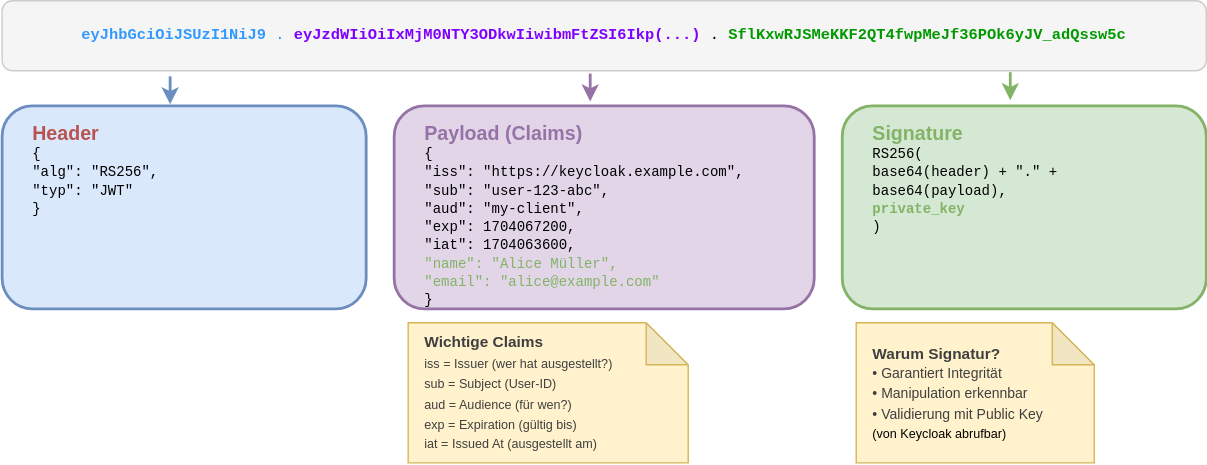
This is slides/02-protokoll-standards/images/jwt_anatomy.drawio.svg from it-erben/training-keycloak, a draw.io export, as it was before one commit. Source tidied: cells renumbered, new cells last; positions are measured from the earlier drawing's top-left corner, leaving out a move shared by most shapes. The source it was exported from:
```xml
<mxGraphModel>
  <root>
    <mxCell id="0" />
    <mxCell id="1" parent="0" />
    <mxCell id="2" value="&lt;font face=&quot;Courier New&quot;&gt;&lt;font style=&quot;color: rgb(51, 153, 255);&quot;&gt;&lt;font style=&quot;color: rgb(51, 153, 255);&quot;&gt;&lt;b style=&quot;&quot;&gt;eyJhbGciOiJSUzI1NiJ9&lt;/b&gt;&lt;/font&gt;.&lt;/font&gt;&lt;b&gt;&lt;font style=&quot;color: rgb(127, 0, 255);&quot;&gt;eyJzdWIiOiIxMjM0NTY3ODkwIiwibmFtZSI6Ikp(...)&lt;/font&gt;&lt;/b&gt;.&lt;b&gt;&lt;font style=&quot;color: rgb(0, 153, 0);&quot;&gt;SflKxwRJSMeKKF2QT4fwpMeJf36POk6yJV_adQssw5c&lt;/font&gt;&lt;/b&gt;&lt;/font&gt;" style="rounded=1;whiteSpace=wrap;fillColor=#f5f5f5;strokeColor=#cccccc;strokeWidth=1;align=center;verticalAlign=middle;fontSize=11;html=1;" parent="1" vertex="1">
      <mxGeometry width="860" height="50" as="geometry" />
    </mxCell>
    <mxCell id="3" style="html=1;strokeColor=#6c8ebf;strokeWidth=2;endArrow=classic;rounded=0;fillColor=#dae8fc;" parent="1" edge="1">
      <mxGeometry relative="1" as="geometry">
        <mxPoint x="120" y="54" as="sourcePoint" />
        <mxPoint x="120" y="74" as="targetPoint" />
      </mxGeometry>
    </mxCell>
    <mxCell id="4" style="html=1;strokeColor=#9673a6;strokeWidth=2;endArrow=classic;rounded=0;" parent="1" edge="1">
      <mxGeometry relative="1" as="geometry">
        <mxPoint x="420" y="52" as="sourcePoint" />
        <mxPoint x="420" y="72" as="targetPoint" />
      </mxGeometry>
    </mxCell>
    <mxCell id="5" style="html=1;strokeColor=#82b366;strokeWidth=2;endArrow=classic;rounded=0;" parent="1" edge="1">
      <mxGeometry relative="1" as="geometry">
        <mxPoint x="720" y="51" as="sourcePoint" />
        <mxPoint x="720" y="71" as="targetPoint" />
      </mxGeometry>
    </mxCell>
    <mxCell id="6" value="&lt;font style=&quot;font-size: 14px;&quot; color=&quot;#b85450&quot;&gt;&lt;b&gt;Header&lt;/b&gt;&lt;/font&gt;&lt;br&gt;&lt;font style=&quot;font-size:10px&quot;&gt;&lt;code&gt;{&lt;/code&gt;&lt;/font&gt;&lt;br&gt;&lt;font style=&quot;font-size:10px&quot;&gt;&lt;code&gt;&amp;nbsp; &quot;alg&quot;: &quot;RS256&quot;,&lt;/code&gt;&lt;/font&gt;&lt;br&gt;&lt;font style=&quot;font-size:10px&quot;&gt;&lt;code&gt;&amp;nbsp; &quot;typ&quot;: &quot;JWT&quot;&lt;/code&gt;&lt;/font&gt;&lt;br&gt;&lt;font style=&quot;font-size:10px&quot;&gt;&lt;code&gt;}&lt;/code&gt;&lt;/font&gt;" style="rounded=1;whiteSpace=wrap;html=1;fillColor=#dae8fc;strokeColor=#6c8ebf;strokeWidth=2;align=left;verticalAlign=top;fontSize=10;spacingLeft=20;spacingTop=5;" parent="1" vertex="1">
      <mxGeometry y="75" width="260" height="145" as="geometry" />
    </mxCell>
    <mxCell id="7" value="&lt;font style=&quot;font-size: 14px;&quot; color=&quot;#9673a6&quot;&gt;&lt;b&gt;Payload (Claims)&lt;/b&gt;&lt;/font&gt;&lt;br&gt;&lt;font style=&quot;font-size:10px&quot;&gt;&lt;code&gt;{&lt;/code&gt;&lt;/font&gt;&lt;br&gt;&lt;font style=&quot;font-size:10px&quot;&gt;&lt;code&gt;&amp;nbsp; &quot;iss&quot;: &quot;https://keycloak.example.com&quot;,&lt;/code&gt;&lt;/font&gt;&lt;br&gt;&lt;font style=&quot;font-size:10px&quot;&gt;&lt;code&gt;&amp;nbsp; &quot;sub&quot;: &quot;user-123-abc&quot;,&lt;/code&gt;&lt;/font&gt;&lt;br&gt;&lt;font style=&quot;font-size:10px&quot;&gt;&lt;code&gt;&amp;nbsp; &quot;aud&quot;: &quot;my-client&quot;,&lt;/code&gt;&lt;/font&gt;&lt;br&gt;&lt;font style=&quot;font-size:10px&quot;&gt;&lt;code&gt;&amp;nbsp; &quot;exp&quot;: 1704067200,&lt;/code&gt;&lt;/font&gt;&lt;br&gt;&lt;font style=&quot;font-size:10px&quot;&gt;&lt;code&gt;&amp;nbsp; &quot;iat&quot;: 1704063600,&lt;/code&gt;&lt;/font&gt;&lt;br&gt;&lt;font style=&quot;font-size: 10px;&quot; color=&quot;#82b366&quot;&gt;&lt;code&gt;&amp;nbsp; &quot;name&quot;: &quot;Alice Müller&quot;,&lt;/code&gt;&lt;/font&gt;&lt;br&gt;&lt;font style=&quot;font-size: 10px;&quot; color=&quot;#82b366&quot;&gt;&lt;code&gt;&amp;nbsp; &quot;email&quot;: &quot;alice@example.com&quot;&lt;/code&gt;&lt;/font&gt;&lt;br&gt;&lt;font style=&quot;font-size:10px&quot;&gt;&lt;code&gt;}&lt;/code&gt;&lt;/font&gt;" style="rounded=1;whiteSpace=wrap;html=1;fillColor=#e1d5e7;strokeColor=#9673a6;strokeWidth=2;align=left;verticalAlign=top;fontSize=10;spacingLeft=20;spacingTop=5;" parent="1" vertex="1">
      <mxGeometry x="280" y="75" width="300" height="145" as="geometry" />
    </mxCell>
    <mxCell id="8" value="&lt;font style=&quot;font-size: 14px;&quot; color=&quot;#82b366&quot;&gt;&lt;b&gt;Signature&lt;/b&gt;&lt;/font&gt;&lt;br&gt;&lt;font face=&quot;Courier New&quot;&gt;&lt;font style=&quot;font-size:10px&quot;&gt;RS256(&lt;/font&gt;&lt;br&gt;&lt;font style=&quot;font-size:10px&quot;&gt;&amp;nbsp; base64(header) + &quot;.&quot; +&lt;/font&gt;&lt;br&gt;&lt;font style=&quot;font-size:10px&quot;&gt;&amp;nbsp; base64(payload),&lt;/font&gt;&lt;br&gt;&lt;font style=&quot;font-size: 10px;&quot; color=&quot;#82b366&quot;&gt;&lt;b&gt;&amp;nbsp; private_key&lt;/b&gt;&lt;/font&gt;&lt;br&gt;&lt;font style=&quot;font-size:10px&quot;&gt;)&lt;/font&gt;&lt;/font&gt;" style="rounded=1;whiteSpace=wrap;html=1;fillColor=#d5e8d4;strokeColor=#82b366;strokeWidth=2;align=left;verticalAlign=top;fontSize=10;spacingLeft=20;spacingTop=5;" parent="1" vertex="1">
      <mxGeometry x="600" y="75" width="260" height="145" as="geometry" />
    </mxCell>
    <mxCell id="9" value="&lt;font style=&quot;color: rgb(63, 63, 63); scrollbar-color: rgb(226, 226, 226) rgb(251, 251, 251); font-size: 11px;&quot;&gt;&lt;b style=&quot;color: rgb(63, 63, 63); scrollbar-color: rgb(226, 226, 226) rgb(251, 251, 251);&quot;&gt;Wichtige Claims&lt;/b&gt;&lt;/font&gt;&lt;br style=&quot;color: rgb(63, 63, 63); scrollbar-color: rgb(226, 226, 226) rgb(251, 251, 251); font-size: 9px;&quot;&gt;&lt;font style=&quot;color: rgb(63, 63, 63); scrollbar-color: rgb(226, 226, 226) rgb(251, 251, 251); font-size: 9px;&quot;&gt;iss = Issuer (wer hat ausgestellt?)&lt;/font&gt;&lt;br style=&quot;color: rgb(63, 63, 63); scrollbar-color: rgb(226, 226, 226) rgb(251, 251, 251); font-size: 9px;&quot;&gt;&lt;font style=&quot;color: rgb(63, 63, 63); scrollbar-color: rgb(226, 226, 226) rgb(251, 251, 251); font-size: 9px;&quot;&gt;sub = Subject (User-ID)&lt;/font&gt;&lt;br style=&quot;color: rgb(63, 63, 63); scrollbar-color: rgb(226, 226, 226) rgb(251, 251, 251); font-size: 9px;&quot;&gt;&lt;font style=&quot;color: rgb(63, 63, 63); scrollbar-color: rgb(226, 226, 226) rgb(251, 251, 251); font-size: 9px;&quot;&gt;aud = Audience (für wen?)&lt;/font&gt;&lt;br style=&quot;color: rgb(63, 63, 63); scrollbar-color: rgb(226, 226, 226) rgb(251, 251, 251); font-size: 9px;&quot;&gt;&lt;font style=&quot;color: rgb(63, 63, 63); scrollbar-color: rgb(226, 226, 226) rgb(251, 251, 251); font-size: 9px;&quot;&gt;exp = Expiration (gültig bis)&lt;/font&gt;&lt;br style=&quot;color: rgb(63, 63, 63); scrollbar-color: rgb(226, 226, 226) rgb(251, 251, 251); font-size: 9px;&quot;&gt;&lt;div style=&quot;&quot;&gt;&lt;span style=&quot;color: rgb(63, 63, 63); font-size: 9px; background-color: transparent;&quot;&gt;iat = Issued At (ausgestellt am)&lt;/span&gt;&lt;/div&gt;" style="shape=note;whiteSpace=wrap;html=1;backgroundOutline=1;darkOpacity=0.05;align=left;fillColor=#fff2cc;strokeColor=#d6b656;spacingLeft=10;" parent="1" vertex="1">
      <mxGeometry x="290" y="230" width="200" height="100" as="geometry" />
    </mxCell>
    <mxCell id="10" value="&lt;font style=&quot;scrollbar-color: rgb(226, 226, 226) rgb(251, 251, 251); font-size: 11px;&quot;&gt;&lt;b style=&quot;color: rgb(63, 63, 63); scrollbar-color: rgb(226, 226, 226) rgb(251, 251, 251);&quot;&gt;Warum Signatur?&lt;/b&gt;&lt;/font&gt;&lt;br style=&quot;color: rgb(63, 63, 63); scrollbar-color: rgb(226, 226, 226) rgb(251, 251, 251); font-size: 10px;&quot;&gt;&lt;font style=&quot;color: rgb(63, 63, 63); scrollbar-color: rgb(226, 226, 226) rgb(251, 251, 251); font-size: 10px;&quot;&gt;• Garantiert Integrität&lt;/font&gt;&lt;br style=&quot;color: rgb(63, 63, 63); scrollbar-color: rgb(226, 226, 226) rgb(251, 251, 251); font-size: 10px;&quot;&gt;&lt;font style=&quot;color: rgb(63, 63, 63); scrollbar-color: rgb(226, 226, 226) rgb(251, 251, 251); font-size: 10px;&quot;&gt;• Manipulation erkennbar&lt;/font&gt;&lt;br style=&quot;color: rgb(63, 63, 63); scrollbar-color: rgb(226, 226, 226) rgb(251, 251, 251); font-size: 10px;&quot;&gt;&lt;font style=&quot;color: rgb(63, 63, 63); scrollbar-color: rgb(226, 226, 226) rgb(251, 251, 251); font-size: 10px;&quot;&gt;• Validierung mit Public Key&lt;/font&gt;&lt;br style=&quot;color: rgb(63, 63, 63); scrollbar-color: rgb(226, 226, 226) rgb(251, 251, 251); font-size: 10px;&quot;&gt;&lt;font style=&quot;scrollbar-color: rgb(226, 226, 226) rgb(251, 251, 251); font-size: 9px;&quot;&gt;(von Keycloak abrufbar)&lt;/font&gt;" style="shape=note;whiteSpace=wrap;html=1;backgroundOutline=1;darkOpacity=0.05;align=left;fillColor=#fff2cc;strokeColor=#d6b656;spacingLeft=10;" parent="1" vertex="1">
      <mxGeometry x="610" y="230" width="170" height="100" as="geometry" />
    </mxCell>
  </root>
</mxGraphModel>
```
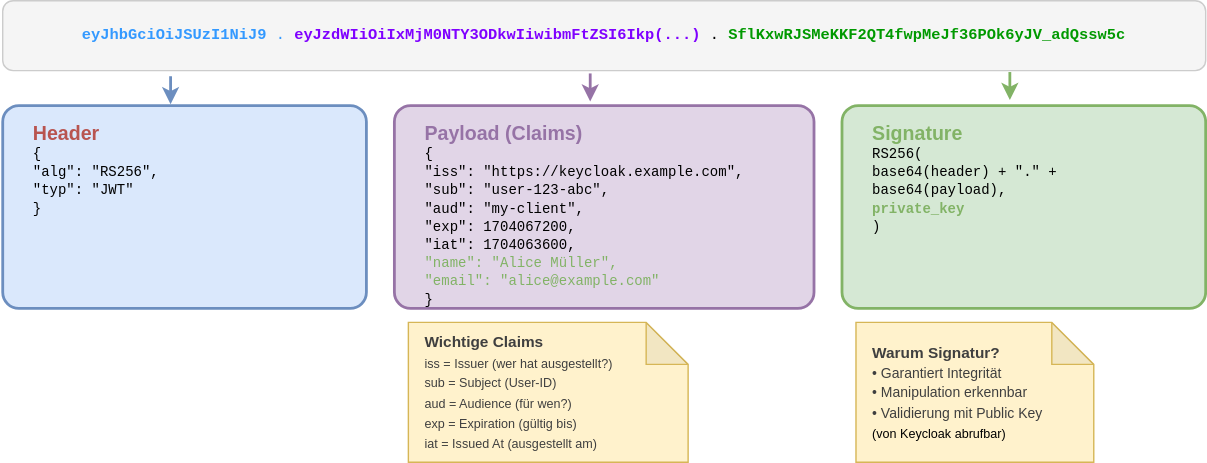
Later version of the same file.

What changed in the source:
```diff
@@ -23,13 +23,13 @@
         <mxPoint x="720" y="71" as="targetPoint" />
       </mxGeometry>
     </mxCell>
-    <mxCell id="6" value="&lt;font style=&quot;font-size: 14px;&quot; color=&quot;#b85450&quot;&gt;&lt;b&gt;Header&lt;/b&gt;&lt;/font&gt;&lt;br&gt;&lt;font style=&quot;font-size:10px&quot;&gt;&lt;code&gt;{&lt;/code&gt;&lt;/font&gt;&lt;br&gt;&lt;font style=&quot;font-size:10px&quot;&gt;&lt;code&gt;&amp;nbsp; &quot;alg&quot;: &quot;RS256&quot;,&lt;/code&gt;&lt;/font&gt;&lt;br&gt;&lt;font style=&quot;font-size:10px&quot;&gt;&lt;code&gt;&amp;nbsp; &quot;typ&quot;: &quot;JWT&quot;&lt;/code&gt;&lt;/font&gt;&lt;br&gt;&lt;font style=&quot;font-size:10px&quot;&gt;&lt;code&gt;}&lt;/code&gt;&lt;/font&gt;" style="rounded=1;whiteSpace=wrap;html=1;fillColor=#dae8fc;strokeColor=#6c8ebf;strokeWidth=2;align=left;verticalAlign=top;fontSize=10;spacingLeft=20;spacingTop=5;" parent="1" vertex="1">
+    <mxCell id="6" value="&lt;font style=&quot;font-size: 14px;&quot; color=&quot;#b85450&quot;&gt;&lt;b&gt;Header&lt;/b&gt;&lt;/font&gt;&lt;br&gt;&lt;font style=&quot;font-size:10px&quot;&gt;&lt;code&gt;{&lt;/code&gt;&lt;/font&gt;&lt;br&gt;&lt;font style=&quot;font-size:10px&quot;&gt;&lt;code&gt;&amp;nbsp; &quot;alg&quot;: &quot;RS256&quot;,&lt;/code&gt;&lt;/font&gt;&lt;br&gt;&lt;font style=&quot;font-size:10px&quot;&gt;&lt;code&gt;&amp;nbsp; &quot;typ&quot;: &quot;JWT&quot;&lt;/code&gt;&lt;/font&gt;&lt;br&gt;&lt;font style=&quot;font-size:10px&quot;&gt;&lt;code&gt;}&lt;/code&gt;&lt;/font&gt;" style="rounded=1;whiteSpace=wrap;html=1;fillColor=#dae8fc;strokeColor=#6c8ebf;strokeWidth=2;align=left;verticalAlign=top;fontSize=10;spacingLeft=20;spacingTop=5;arcSize=8;" parent="1" vertex="1">
       <mxGeometry y="75" width="260" height="145" as="geometry" />
     </mxCell>
-    <mxCell id="7" value="&lt;font style=&quot;font-size: 14px;&quot; color=&quot;#9673a6&quot;&gt;&lt;b&gt;Payload (Claims)&lt;/b&gt;&lt;/font&gt;&lt;br&gt;&lt;font style=&quot;font-size:10px&quot;&gt;&lt;code&gt;{&lt;/code&gt;&lt;/font&gt;&lt;br&gt;&lt;font style=&quot;font-size:10px&quot;&gt;&lt;code&gt;&amp;nbsp; &quot;iss&quot;: &quot;https://keycloak.example.com&quot;,&lt;/code&gt;&lt;/font&gt;&lt;br&gt;&lt;font style=&quot;font-size:10px&quot;&gt;&lt;code&gt;&amp;nbsp; &quot;sub&quot;: &quot;user-123-abc&quot;,&lt;/code&gt;&lt;/font&gt;&lt;br&gt;&lt;font style=&quot;font-size:10px&quot;&gt;&lt;code&gt;&amp;nbsp; &quot;aud&quot;: &quot;my-client&quot;,&lt;/code&gt;&lt;/font&gt;&lt;br&gt;&lt;font style=&quot;font-size:10px&quot;&gt;&lt;code&gt;&amp;nbsp; &quot;exp&quot;: 1704067200,&lt;/code&gt;&lt;/font&gt;&lt;br&gt;&lt;font style=&quot;font-size:10px&quot;&gt;&lt;code&gt;&amp;nbsp; &quot;iat&quot;: 1704063600,&lt;/code&gt;&lt;/font&gt;&lt;br&gt;&lt;font style=&quot;font-size: 10px;&quot; color=&quot;#82b366&quot;&gt;&lt;code&gt;&amp;nbsp; &quot;name&quot;: &quot;Alice Müller&quot;,&lt;/code&gt;&lt;/font&gt;&lt;br&gt;&lt;font style=&quot;font-size: 10px;&quot; color=&quot;#82b366&quot;&gt;&lt;code&gt;&amp;nbsp; &quot;email&quot;: &quot;alice@example.com&quot;&lt;/code&gt;&lt;/font&gt;&lt;br&gt;&lt;font style=&quot;font-size:10px&quot;&gt;&lt;code&gt;}&lt;/code&gt;&lt;/font&gt;" style="rounded=1;whiteSpace=wrap;html=1;fillColor=#e1d5e7;strokeColor=#9673a6;strokeWidth=2;align=left;verticalAlign=top;fontSize=10;spacingLeft=20;spacingTop=5;" parent="1" vertex="1">
+    <mxCell id="7" value="&lt;font style=&quot;font-size: 14px;&quot; color=&quot;#9673a6&quot;&gt;&lt;b&gt;Payload (Claims)&lt;/b&gt;&lt;/font&gt;&lt;br&gt;&lt;font style=&quot;font-size:10px&quot;&gt;&lt;code&gt;{&lt;/code&gt;&lt;/font&gt;&lt;br&gt;&lt;font style=&quot;font-size:10px&quot;&gt;&lt;code&gt;&amp;nbsp; &quot;iss&quot;: &quot;https://keycloak.example.com&quot;,&lt;/code&gt;&lt;/font&gt;&lt;br&gt;&lt;font style=&quot;font-size:10px&quot;&gt;&lt;code&gt;&amp;nbsp; &quot;sub&quot;: &quot;user-123-abc&quot;,&lt;/code&gt;&lt;/font&gt;&lt;br&gt;&lt;font style=&quot;font-size:10px&quot;&gt;&lt;code&gt;&amp;nbsp; &quot;aud&quot;: &quot;my-client&quot;,&lt;/code&gt;&lt;/font&gt;&lt;br&gt;&lt;font style=&quot;font-size:10px&quot;&gt;&lt;code&gt;&amp;nbsp; &quot;exp&quot;: 1704067200,&lt;/code&gt;&lt;/font&gt;&lt;br&gt;&lt;font style=&quot;font-size:10px&quot;&gt;&lt;code&gt;&amp;nbsp; &quot;iat&quot;: 1704063600,&lt;/code&gt;&lt;/font&gt;&lt;br&gt;&lt;font style=&quot;font-size: 10px;&quot; color=&quot;#82b366&quot;&gt;&lt;code&gt;&amp;nbsp; &quot;name&quot;: &quot;Alice Müller&quot;,&lt;/code&gt;&lt;/font&gt;&lt;br&gt;&lt;font style=&quot;font-size: 10px;&quot; color=&quot;#82b366&quot;&gt;&lt;code&gt;&amp;nbsp; &quot;email&quot;: &quot;alice@example.com&quot;&lt;/code&gt;&lt;/font&gt;&lt;br&gt;&lt;font style=&quot;font-size:10px&quot;&gt;&lt;code&gt;}&lt;/code&gt;&lt;/font&gt;" style="rounded=1;whiteSpace=wrap;html=1;fillColor=#e1d5e7;strokeColor=#9673a6;strokeWidth=2;align=left;verticalAlign=top;fontSize=10;spacingLeft=20;spacingTop=5;arcSize=8;" parent="1" vertex="1">
       <mxGeometry x="280" y="75" width="300" height="145" as="geometry" />
     </mxCell>
-    <mxCell id="8" value="&lt;font style=&quot;font-size: 14px;&quot; color=&quot;#82b366&quot;&gt;&lt;b&gt;Signature&lt;/b&gt;&lt;/font&gt;&lt;br&gt;&lt;font face=&quot;Courier New&quot;&gt;&lt;font style=&quot;font-size:10px&quot;&gt;RS256(&lt;/font&gt;&lt;br&gt;&lt;font style=&quot;font-size:10px&quot;&gt;&amp;nbsp; base64(header) + &quot;.&quot; +&lt;/font&gt;&lt;br&gt;&lt;font style=&quot;font-size:10px&quot;&gt;&amp;nbsp; base64(payload),&lt;/font&gt;&lt;br&gt;&lt;font style=&quot;font-size: 10px;&quot; color=&quot;#82b366&quot;&gt;&lt;b&gt;&amp;nbsp; private_key&lt;/b&gt;&lt;/font&gt;&lt;br&gt;&lt;font style=&quot;font-size:10px&quot;&gt;)&lt;/font&gt;&lt;/font&gt;" style="rounded=1;whiteSpace=wrap;html=1;fillColor=#d5e8d4;strokeColor=#82b366;strokeWidth=2;align=left;verticalAlign=top;fontSize=10;spacingLeft=20;spacingTop=5;" parent="1" vertex="1">
+    <mxCell id="8" value="&lt;font style=&quot;font-size: 14px;&quot; color=&quot;#82b366&quot;&gt;&lt;b&gt;Signature&lt;/b&gt;&lt;/font&gt;&lt;br&gt;&lt;font face=&quot;Courier New&quot;&gt;&lt;font style=&quot;font-size:10px&quot;&gt;RS256(&lt;/font&gt;&lt;br&gt;&lt;font style=&quot;font-size:10px&quot;&gt;&amp;nbsp; base64(header) + &quot;.&quot; +&lt;/font&gt;&lt;br&gt;&lt;font style=&quot;font-size:10px&quot;&gt;&amp;nbsp; base64(payload),&lt;/font&gt;&lt;br&gt;&lt;font style=&quot;font-size: 10px;&quot; color=&quot;#82b366&quot;&gt;&lt;b&gt;&amp;nbsp; private_key&lt;/b&gt;&lt;/font&gt;&lt;br&gt;&lt;font style=&quot;font-size:10px&quot;&gt;)&lt;/font&gt;&lt;/font&gt;" style="rounded=1;whiteSpace=wrap;html=1;fillColor=#d5e8d4;strokeColor=#82b366;strokeWidth=2;align=left;verticalAlign=top;fontSize=10;spacingLeft=20;spacingTop=5;arcSize=8;" parent="1" vertex="1">
       <mxGeometry x="600" y="75" width="260" height="145" as="geometry" />
     </mxCell>
     <mxCell id="9" value="&lt;font style=&quot;color: rgb(63, 63, 63); scrollbar-color: rgb(226, 226, 226) rgb(251, 251, 251); font-size: 11px;&quot;&gt;&lt;b style=&quot;color: rgb(63, 63, 63); scrollbar-color: rgb(226, 226, 226) rgb(251, 251, 251);&quot;&gt;Wichtige Claims&lt;/b&gt;&lt;/font&gt;&lt;br style=&quot;color: rgb(63, 63, 63); scrollbar-color: rgb(226, 226, 226) rgb(251, 251, 251); font-size: 9px;&quot;&gt;&lt;font style=&quot;color: rgb(63, 63, 63); scrollbar-color: rgb(226, 226, 226) rgb(251, 251, 251); font-size: 9px;&quot;&gt;iss = Issuer (wer hat ausgestellt?)&lt;/font&gt;&lt;br style=&quot;color: rgb(63, 63, 63); scrollbar-color: rgb(226, 226, 226) rgb(251, 251, 251); font-size: 9px;&quot;&gt;&lt;font style=&quot;color: rgb(63, 63, 63); scrollbar-color: rgb(226, 226, 226) rgb(251, 251, 251); font-size: 9px;&quot;&gt;sub = Subject (User-ID)&lt;/font&gt;&lt;br style=&quot;color: rgb(63, 63, 63); scrollbar-color: rgb(226, 226, 226) rgb(251, 251, 251); font-size: 9px;&quot;&gt;&lt;font style=&quot;color: rgb(63, 63, 63); scrollbar-color: rgb(226, 226, 226) rgb(251, 251, 251); font-size: 9px;&quot;&gt;aud = Audience (für wen?)&lt;/font&gt;&lt;br style=&quot;color: rgb(63, 63, 63); scrollbar-color: rgb(226, 226, 226) rgb(251, 251, 251); font-size: 9px;&quot;&gt;&lt;font style=&quot;color: rgb(63, 63, 63); scrollbar-color: rgb(226, 226, 226) rgb(251, 251, 251); font-size: 9px;&quot;&gt;exp = Expiration (gültig bis)&lt;/font&gt;&lt;br style=&quot;color: rgb(63, 63, 63); scrollbar-color: rgb(226, 226, 226) rgb(251, 251, 251); font-size: 9px;&quot;&gt;&lt;div style=&quot;&quot;&gt;&lt;span style=&quot;color: rgb(63, 63, 63); font-size: 9px; background-color: transparent;&quot;&gt;iat = Issued At (ausgestellt am)&lt;/span&gt;&lt;/div&gt;" style="shape=note;whiteSpace=wrap;html=1;backgroundOutline=1;darkOpacity=0.05;align=left;fillColor=#fff2cc;strokeColor=#d6b656;spacingLeft=10;" parent="1" vertex="1">
```
